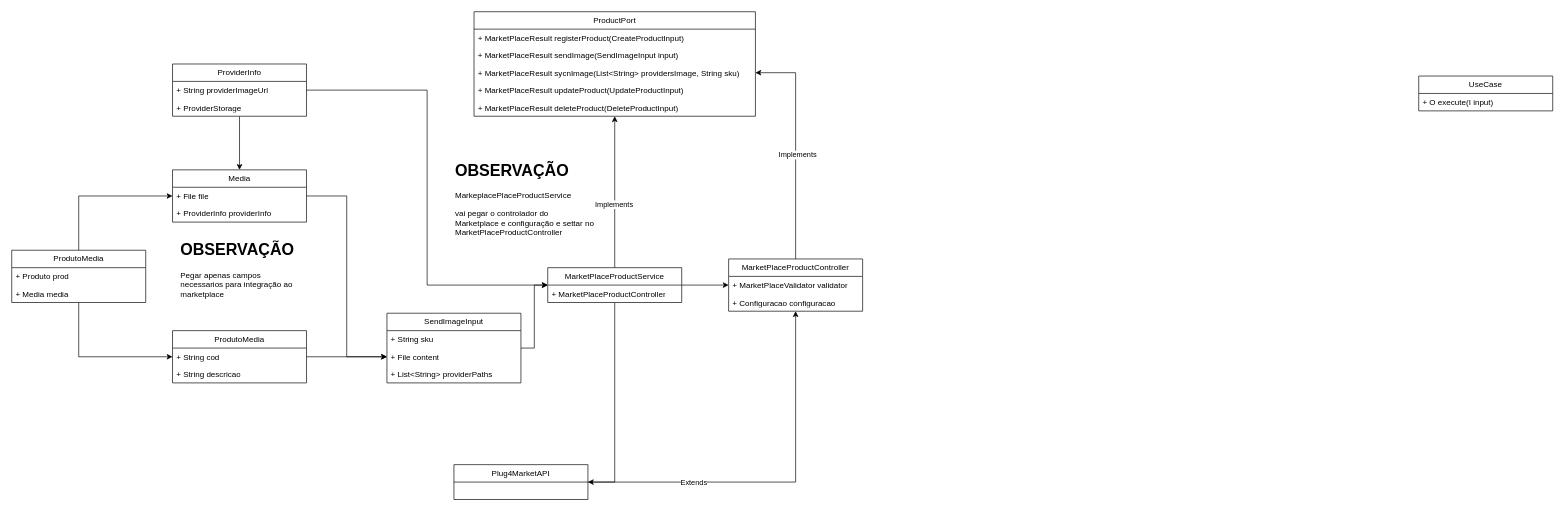
The draw.io diagram Plug4Market/MarketPlace_Use+Client+Service.drawio in C4nlhmmll/Diagramas, before the edit. Source tidied: cells renumbered, new cells numbered last; positions are measured from the earlier drawing's top-left corner, leaving out a move shared by most shapes. Both pictures are drawn from the tidied source at 67%, with x=0, y=0 at pixel (11, 11).
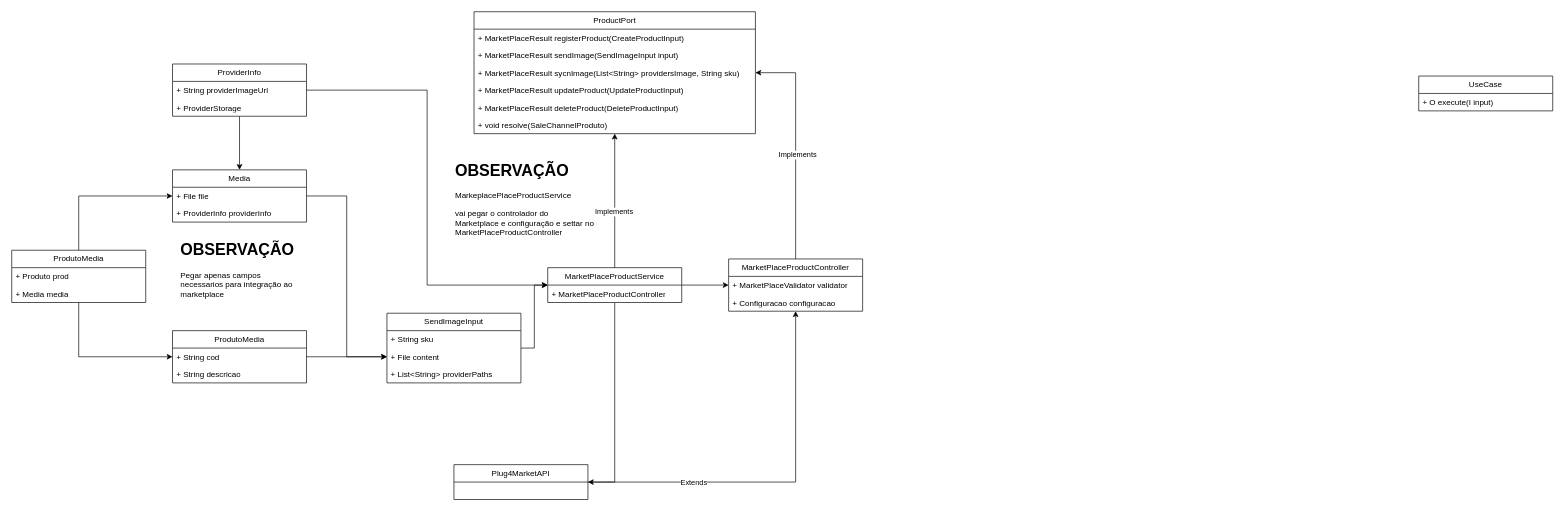
The same diagram, later.

The edit, as a diff of the source:
```diff
@@
     <mxCell id="28" value="ProductPort" style="swimlane;fontStyle=0;horizontal=1;startSize=26;fillColor=default;whiteSpace=wrap;html=1;swimlaneFillColor=default;strokeColor=light-dark(#000000,#33FFFF);" parent="1" vertex="1">
-      <mxGeometry x="690" width="420" height="156" as="geometry" />
+      <mxGeometry x="690" width="420" height="182" as="geometry" />
     </mxCell>
@@
+    <mxCell id="49" value="+ void resolve(SaleChannelProduto)" style="text;strokeColor=none;fillColor=none;align=left;verticalAlign=top;spacingLeft=4;spacingRight=4;overflow=hidden;whiteSpace=wrap;html=1;" parent="28" vertex="1">
+      <mxGeometry y="156" width="420" height="26" as="geometry" />
+    </mxCell>
```
